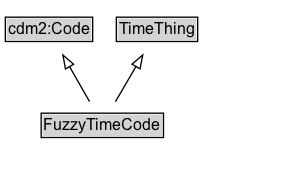
Earlier version of the Graphviz export docs/diagrams/FuzzyTimeCode.dot.png (k-vaughn/ontology-its-time). Its source is kept beside it as docs/diagrams/FuzzyTimeCode.dot.
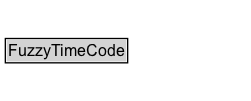
Later version of the same file.

The edit, as a diff of the source:
```diff
@@ -4,8 +4,6 @@
 	edge [fontname=Arial fontsize=11]
 	{
 		rank=source
-		cdm2_Code [label=<<TABLE BORDER="1" CELLBORDER="0" CELLSPACING="0" CELLPADDING="1"><TR><TD BGCOLOR="lightgray" ALIGN="CENTER">cdm2:Code</TD></TR></TABLE>> URL="https://w3id.org/citydata/part2/v1/Code" margin=0]
-		TimeThing [label=<<TABLE BORDER="1" CELLBORDER="0" CELLSPACING="0" CELLPADDING="1"><TR><TD BGCOLOR="lightgray" ALIGN="CENTER">TimeThing</TD></TR></TABLE>> URL="../TimeThing" margin=0]
 	}
 	FuzzyTimeCode [label=<<TABLE BORDER="1" CELLBORDER="0" CELLSPACING="0" CELLPADDING="1"><TR><TD BGCOLOR="lightgray" ALIGN="CENTER">FuzzyTimeCode</TD></TR></TABLE>> URL="../FuzzyTimeCode" margin=0]
 	{
@@ -15,6 +13,4 @@
 		label="" style=invis
 		Invis [label=<<TABLE BORDER="0" CELLBORDER="0" CELLSPACING="0" CELLPADDING="1"><TR><TD></TD></TR></TABLE>> margin=0 style=invis]
 	}
-	FuzzyTimeCode -> cdm2_Code [arrowhead=onormal style=solid]
-	FuzzyTimeCode -> TimeThing [arrowhead=onormal style=solid]
 }
```
